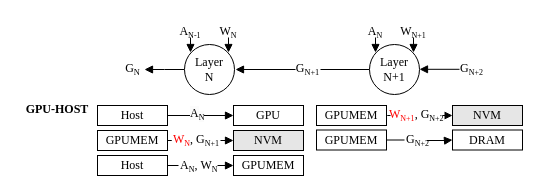
Before: fig/pipeline2.drawio in icszhr/NCheck, a draw.io diagram. Source tidied: cells renumbered, new cells numbered last; positions are measured from the earlier drawing's top-left corner, leaving out a move shared by most shapes. Both pictures are drawn from the tidied source at 100%, with x=0, y=0 at pixel (17, 17).
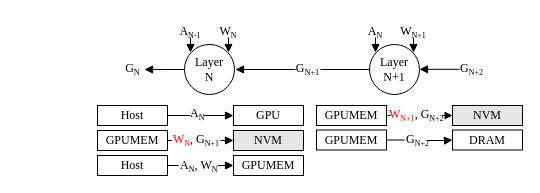
Above is the later version.

The edit, as a diff of the source:
```diff
@@
-    <mxCell id="22" value="&lt;b&gt;GPU-HOST&lt;/b&gt;" style="text;html=1;align=center;verticalAlign=middle;whiteSpace=wrap;rounded=0;fontFamily=Times New Roman;" parent="1" vertex="1">
-      <mxGeometry y="77" width="80" height="30" as="geometry" />
-    </mxCell>
```
